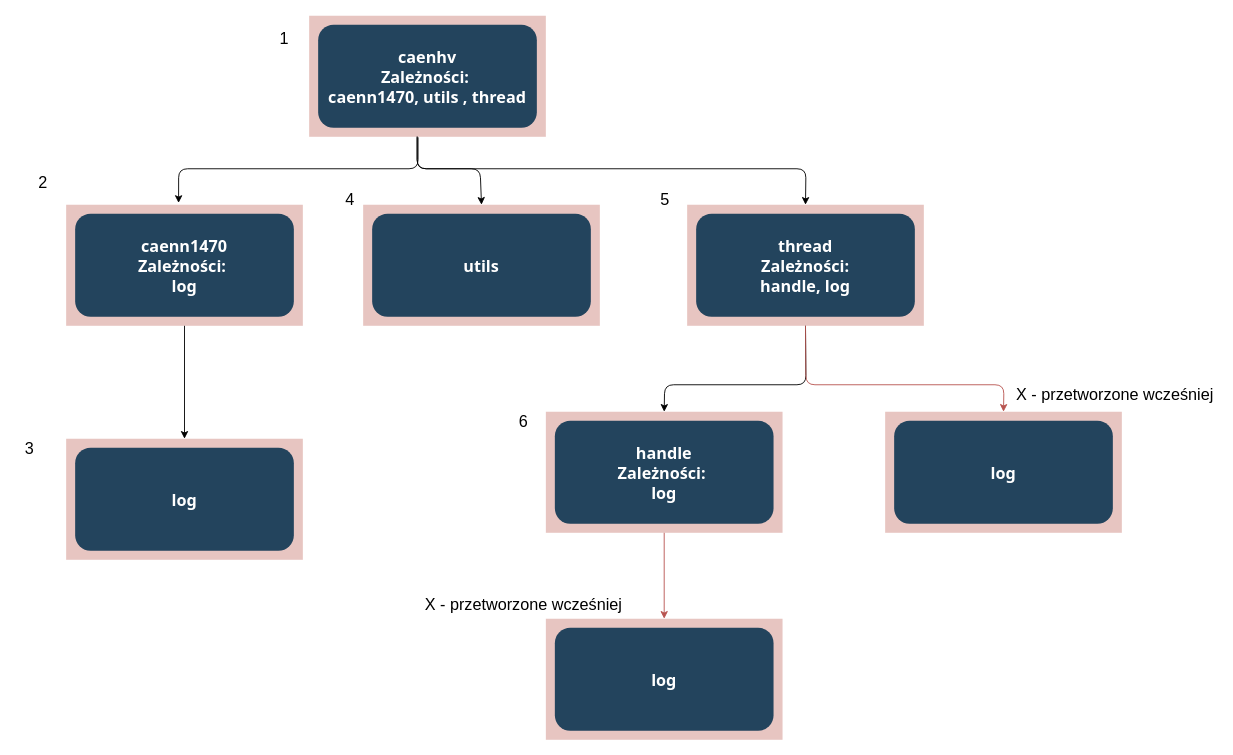
arokasprz100/Bachelor-thesis keeps this draw.io diagram as thesis/res/draw.io/CMakeOrder.drawio. Above is the earlier version. Source tidied: cells renumbered, new cells numbered last; positions are measured from the earlier drawing's top-left corner, leaving out a move shared by most shapes. Both pictures are drawn from the tidied source at 90%, with x=0, y=0 at pixel (15, 15).
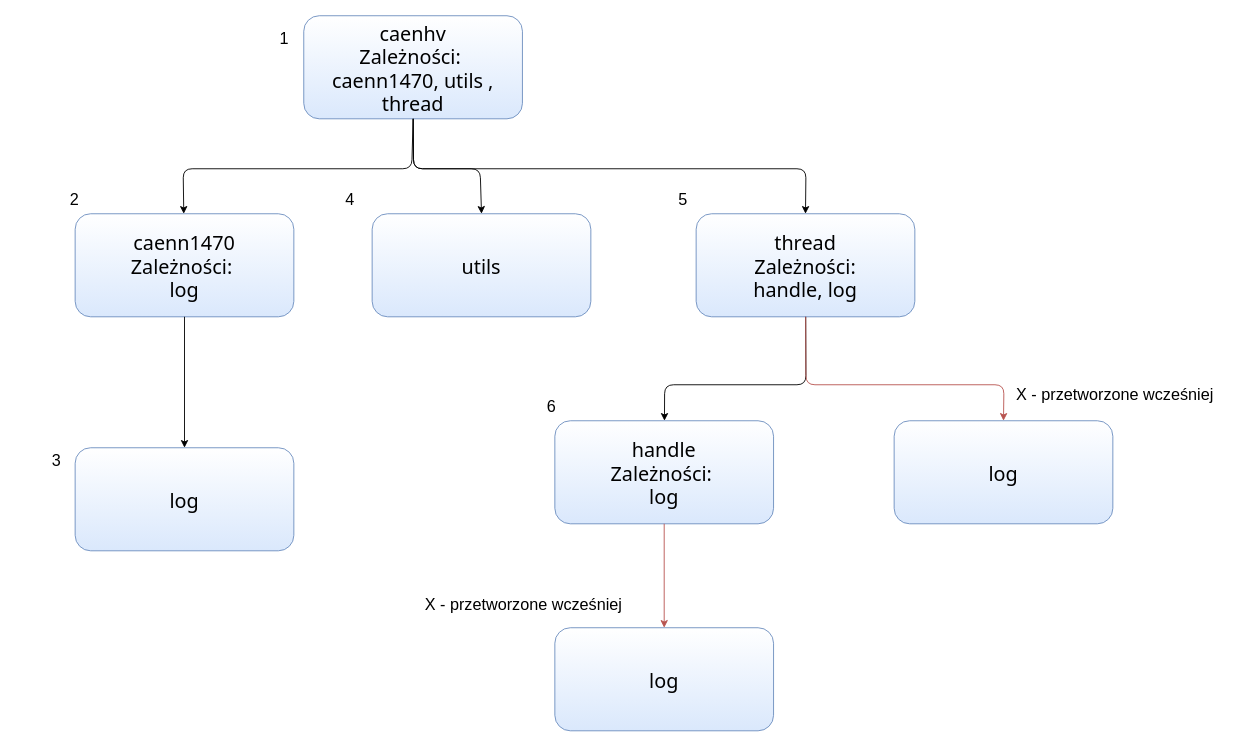
After the change.

The edit, as a diff of the source:
```diff
@@
-    <mxCell id="2" style="fillColor=#AE4132;strokeColor=none;opacity=30;fontSize=18;" parent="1" vertex="1">
-      <mxGeometry x="326" width="263" height="134.5" as="geometry" />
-    </mxCell>
-    <mxCell id="3" value="caenhv&#10;Zależności: &#10;caenn1470, utils , thread" style="rounded=1;fillColor=#23445D;gradientColor=none;strokeColor=none;fontColor=#FFFFFF;fontStyle=1;fontFamily=Tahoma;fontSize=18;" parent="1" vertex="1">
-      <mxGeometry x="336" y="10" width="243" height="114.5" as="geometry" />
+    <mxCell id="3" value="caenhv&#10;Zależności: &#10;caenn1470, utils , &#10;thread" style="rounded=1;fillColor=#dae8fc;strokeColor=#6c8ebf;fontStyle=0;fontFamily=Tahoma;fontSize=22;glass=0;gradientColor=#ffffff;gradientDirection=north;" parent="1" vertex="1">
+      <mxGeometry x="320" width="243" height="114.5" as="geometry" />
     </mxCell>
-    <mxCell id="4" style="fillColor=#AE4132;strokeColor=none;opacity=30;fontSize=18;" parent="1" vertex="1">
-      <mxGeometry x="56" y="210" width="263" height="134.5" as="geometry" />
-    </mxCell>
-    <mxCell id="5" value="caenn1470&#10;Zależności: &#10;log" style="rounded=1;fillColor=#23445D;gradientColor=none;strokeColor=none;fontColor=#FFFFFF;fontStyle=1;fontFamily=Tahoma;fontSize=18;" parent="1" vertex="1">
+    <mxCell id="5" value="caenn1470&#10;Zależności: &#10;log" style="rounded=1;fillColor=#dae8fc;strokeColor=#6c8ebf;fontStyle=0;fontFamily=Tahoma;fontSize=22;gradientColor=#ffffff;gradientDirection=north;" parent="1" vertex="1">
       <mxGeometry x="66" y="220" width="243" height="114.5" as="geometry" />
     </mxCell>
-    <mxCell id="6" style="fillColor=#AE4132;strokeColor=none;opacity=30;fontSize=18;" parent="1" vertex="1">
-      <mxGeometry x="56" y="470" width="263" height="134.5" as="geometry" />
-    </mxCell>
-    <mxCell id="7" value="log" style="rounded=1;fillColor=#23445D;gradientColor=none;strokeColor=none;fontColor=#FFFFFF;fontStyle=1;fontFamily=Tahoma;fontSize=18;" parent="1" vertex="1">
+    <mxCell id="7" value="log" style="rounded=1;fillColor=#dae8fc;strokeColor=#6c8ebf;fontStyle=0;fontFamily=Tahoma;fontSize=22;gradientColor=#ffffff;gradientDirection=north;" parent="1" vertex="1">
       <mxGeometry x="66" y="480" width="243" height="114.5" as="geometry" />
     </mxCell>
-    <mxCell id="8" style="fillColor=#AE4132;strokeColor=none;opacity=30;fontSize=18;" parent="1" vertex="1">
-      <mxGeometry x="386" y="210" width="263" height="134.5" as="geometry" />
-    </mxCell>
-    <mxCell id="9" value="utils" style="rounded=1;fillColor=#23445D;gradientColor=none;strokeColor=none;fontColor=#FFFFFF;fontStyle=1;fontFamily=Tahoma;fontSize=18;" parent="1" vertex="1">
+    <mxCell id="9" value="utils" style="rounded=1;fillColor=#dae8fc;strokeColor=#6c8ebf;fontStyle=0;fontFamily=Tahoma;fontSize=22;gradientColor=#ffffff;gradientDirection=north;" parent="1" vertex="1">
       <mxGeometry x="396" y="220" width="243" height="114.5" as="geometry" />
     </mxCell>
-    <mxCell id="10" style="fillColor=#AE4132;strokeColor=none;opacity=30;fontSize=18;" parent="1" vertex="1">
-      <mxGeometry x="746" y="210" width="263" height="134.5" as="geometry" />
-    </mxCell>
-    <mxCell id="11" value="thread&#10;Zależności:&#10;handle, log" style="rounded=1;fillColor=#23445D;gradientColor=none;strokeColor=none;fontColor=#FFFFFF;fontStyle=1;fontFamily=Tahoma;fontSize=18;" parent="1" vertex="1">
+    <mxCell id="11" value="thread&#10;Zależności:&#10;handle, log" style="rounded=1;fillColor=#dae8fc;strokeColor=#6c8ebf;fontStyle=0;fontFamily=Tahoma;fontSize=22;gradientColor=#ffffff;gradientDirection=north;" parent="1" vertex="1">
       <mxGeometry x="756" y="220" width="243" height="114.5" as="geometry" />
     </mxCell>
-    <mxCell id="12" style="fillColor=#AE4132;strokeColor=none;opacity=30;fontSize=18;" parent="1" vertex="1">
-      <mxGeometry x="589" y="440" width="263" height="134.5" as="geometry" />
-    </mxCell>
-    <mxCell id="13" value="handle&#10;Zależności: &#10;log" style="rounded=1;fillColor=#23445D;gradientColor=none;strokeColor=none;fontColor=#FFFFFF;fontStyle=1;fontFamily=Tahoma;fontSize=18;" parent="1" vertex="1">
+    <mxCell id="13" value="handle&#10;Zależności: &#10;log" style="rounded=1;fillColor=#dae8fc;strokeColor=#6c8ebf;fontStyle=0;fontFamily=Tahoma;fontSize=22;gradientColor=#ffffff;gradientDirection=north;" parent="1" vertex="1">
       <mxGeometry x="599" y="450" width="243" height="114.5" as="geometry" />
     </mxCell>
-    <mxCell id="14" style="endArrow=classic;html=1;entryX=0.475;entryY=-0.015;entryDx=0;entryDy=0;entryPerimeter=0;exitX=0.46;exitY=1.004;exitDx=0;exitDy=0;exitPerimeter=0;fontSize=18;" parent="1" edge="1" source="2" target="4">
+    <mxCell id="14" style="endArrow=classic;html=1;fontSize=18;exitX=0.5;exitY=1;exitDx=0;exitDy=0;" parent="1" edge="1" source="3" target="5">
       <mxGeometry relative="1" as="geometry">
         <Array as="points">
-          <mxPoint x="447" y="170" />
-          <mxPoint x="181" y="170" />
+          <mxPoint x="440" y="170" />
+          <mxPoint x="186" y="170" />
         </Array>
       </mxGeometry>
     </mxCell>
-    <mxCell id="15" style="endArrow=classic;html=1;fontSize=18;entryX=0.5;entryY=0;entryDx=0;entryDy=0;" parent="1" edge="1" target="8">
+    <mxCell id="15" style="endArrow=classic;html=1;fontSize=18;entryX=0.5;entryY=0;entryDx=0;entryDy=0;exitX=0.5;exitY=1;exitDx=0;exitDy=0;" parent="1" edge="1" source="3" target="9">
       <mxGeometry relative="1" as="geometry">
-        <mxPoint x="446" y="134" as="sourcePoint" />
         <Array as="points">
-          <mxPoint x="446" y="170" />
+          <mxPoint x="442" y="170" />
           <mxPoint x="516" y="170" />
         </Array>
       </mxGeometry>
     </mxCell>
-    <mxCell id="16" style="endArrow=classic;html=1;fontSize=18;entryX=0.5;entryY=0;entryDx=0;entryDy=0;" parent="1" edge="1" target="10">
+    <mxCell id="16" style="endArrow=classic;html=1;fontSize=18;entryX=0.5;entryY=0;entryDx=0;entryDy=0;" parent="1" edge="1" source="3" target="11">
       <mxGeometry relative="1" as="geometry">
-        <mxPoint x="446" y="135" as="sourcePoint" />
         <Array as="points">
-          <mxPoint x="446" y="170" />
+          <mxPoint x="442" y="170" />
           <mxPoint x="878" y="170" />
         </Array>
       </mxGeometry>
     </mxCell>
-    <mxCell id="17" style="endArrow=classic;html=1;fontSize=18;entryX=0.5;entryY=0;entryDx=0;entryDy=0;exitX=0.5;exitY=1;exitDx=0;exitDy=0;" parent="1" edge="1" source="10" target="12">
+    <mxCell id="17" style="endArrow=classic;html=1;fontSize=18;" parent="1" edge="1" source="11" target="13">
       <mxGeometry relative="1" as="geometry">
         <Array as="points">
           <mxPoint x="878" y="410" />
           <mxPoint x="721" y="410" />
         </Array>
       </mxGeometry>
     </mxCell>
-    <mxCell id="18" style="fillColor=#AE4132;strokeColor=none;opacity=30;fontSize=18;" parent="1" vertex="1">
-      <mxGeometry x="966" y="440" width="263" height="134.5" as="geometry" />
-    </mxCell>
-    <mxCell id="19" value="log" style="rounded=1;fillColor=#23445D;gradientColor=none;strokeColor=none;fontColor=#FFFFFF;fontStyle=1;fontFamily=Tahoma;fontSize=18;" parent="1" vertex="1">
+    <mxCell id="19" value="log" style="rounded=1;fillColor=#dae8fc;strokeColor=#6c8ebf;fontStyle=0;fontFamily=Tahoma;fontSize=22;gradientColor=#ffffff;gradientDirection=north;" parent="1" vertex="1">
       <mxGeometry x="976" y="450" width="243" height="114.5" as="geometry" />
     </mxCell>
-    <mxCell id="20" style="fillColor=#AE4132;strokeColor=none;opacity=30;fontSize=18;" parent="1" vertex="1">
-      <mxGeometry x="589" y="670" width="263" height="134.5" as="geometry" />
-    </mxCell>
-    <mxCell id="21" value="log" style="rounded=1;fillColor=#23445D;gradientColor=none;strokeColor=none;fontColor=#FFFFFF;fontStyle=1;fontFamily=Tahoma;fontSize=18;" parent="1" vertex="1">
+    <mxCell id="21" value="log" style="rounded=1;fillColor=#dae8fc;strokeColor=#6c8ebf;fontStyle=0;fontFamily=Tahoma;fontSize=22;gradientColor=#ffffff;gradientDirection=north;" parent="1" vertex="1">
       <mxGeometry x="599" y="680" width="243" height="114.5" as="geometry" />
     </mxCell>
-    <mxCell id="22" style="endArrow=classic;html=1;fontSize=18;entryX=0.5;entryY=0;entryDx=0;entryDy=0;exitX=0.5;exitY=1;exitDx=0;exitDy=0;fillColor=#f8cecc;strokeColor=#b85450;" parent="1" edge="1" source="10" target="18">
+    <mxCell id="22" style="endArrow=classic;html=1;fontSize=18;entryX=0.5;entryY=0;entryDx=0;entryDy=0;fillColor=#f8cecc;strokeColor=#b85450;" parent="1" edge="1" source="11" target="19">
       <mxGeometry relative="1" as="geometry">
         <Array as="points">
           <mxPoint x="878" y="410" />
           <mxPoint x="1098" y="410" />
         </Array>
       </mxGeometry>
     </mxCell>
-    <mxCell id="23" style="endArrow=classic;html=1;fontSize=18;entryX=0.5;entryY=0;entryDx=0;entryDy=0;exitX=0.5;exitY=1;exitDx=0;exitDy=0;fillColor=#f8cecc;strokeColor=#b85450;" parent="1" edge="1" source="12" target="20">
+    <mxCell id="23" style="endArrow=classic;html=1;fontSize=18;entryX=0.5;entryY=0;entryDx=0;entryDy=0;fillColor=#f8cecc;strokeColor=#b85450;" parent="1" edge="1" source="13" target="21">
       <mxGeometry relative="1" as="geometry" />
     </mxCell>
-    <mxCell id="24" style="endArrow=classic;html=1;fontSize=18;entryX=0.5;entryY=0;entryDx=0;entryDy=0;" parent="1" edge="1" source="4" target="6">
+    <mxCell id="24" style="endArrow=classic;html=1;fontSize=18;entryX=0.5;entryY=0;entryDx=0;entryDy=0;exitX=0.5;exitY=1;exitDx=0;exitDy=0;" parent="1" edge="1" source="5" target="7">
       <mxGeometry relative="1" as="geometry" />
     </mxCell>
@@
     <mxCell id="26" value="2" style="text;html=1;align=center;verticalAlign=middle;fontSize=18;" parent="1" vertex="1">
-      <mxGeometry x="15" y="171" width="30" height="30" as="geometry" />
+      <mxGeometry x="50" y="190" width="30" height="30" as="geometry" />
     </mxCell>
     <mxCell id="27" value="3" style="text;html=1;align=center;verticalAlign=middle;fontSize=18;" parent="1" vertex="1">
-      <mxGeometry y="466" width="30" height="30" as="geometry" />
+      <mxGeometry x="30" y="480" width="30" height="30" as="geometry" />
     </mxCell>
@@
     <mxCell id="29" value="5" style="text;html=1;align=center;verticalAlign=middle;fontSize=18;" parent="1" vertex="1">
-      <mxGeometry x="705.5" y="190" width="30" height="30" as="geometry" />
+      <mxGeometry x="726" y="190" width="30" height="30" as="geometry" />
     </mxCell>
     <mxCell id="30" value="6" style="text;html=1;align=center;verticalAlign=middle;fontSize=18;" parent="1" vertex="1">
-      <mxGeometry x="549" y="436" width="30" height="30" as="geometry" />
+      <mxGeometry x="580" y="420" width="30" height="30" as="geometry" />
     </mxCell>
```
